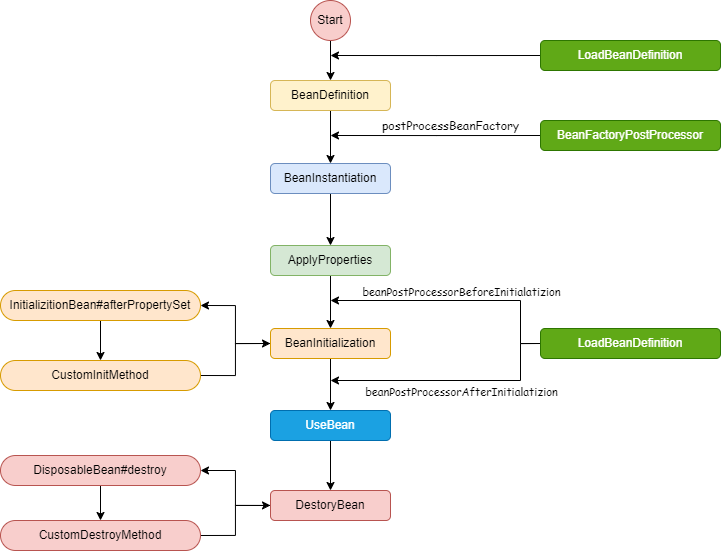
Before: assets/InitAndDestroyBeanMethod.png, a diagram exported from draw.io (jjokerrr/mini-spring). Source tidied: cells renumbered, new cells last; positions are measured from the earlier drawing's top-left corner, leaving out a move shared by most shapes. Its diagram source:
```xml
<mxGraphModel>
  <root>
    <mxCell id="0" />
    <mxCell id="1" parent="0" />
    <mxCell id="2" style="edgeStyle=orthogonalEdgeStyle;rounded=0;jettySize=auto;html=1;exitX=0.5;exitY=1;exitDx=0;exitDy=0;entryX=0.5;entryY=0;entryDx=0;entryDy=0;" parent="1" edge="1" source="3" target="12">
      <mxGeometry relative="1" as="geometry" />
    </mxCell>
    <mxCell id="3" value="Start" style="ellipse;whiteSpace=wrap;html=1;fillColor=#f8cecc;strokeColor=#b85450;" parent="1" vertex="1">
      <mxGeometry x="310" width="40" height="40" as="geometry" />
    </mxCell>
    <mxCell id="4" style="edgeStyle=orthogonalEdgeStyle;rounded=0;jettySize=auto;html=1;exitX=0.5;exitY=1;exitDx=0;exitDy=0;entryX=0.5;entryY=0;entryDx=0;entryDy=0;" parent="1" edge="1" source="5" target="7">
      <mxGeometry relative="1" as="geometry" />
    </mxCell>
    <mxCell id="5" value="BeanInstantiation" style="rounded=1;whiteSpace=wrap;html=1;fillColor=#dae8fc;strokeColor=#6c8ebf;" parent="1" vertex="1">
      <mxGeometry x="270" y="163" width="120" height="30" as="geometry" />
    </mxCell>
    <mxCell id="6" style="edgeStyle=orthogonalEdgeStyle;rounded=0;jettySize=auto;html=1;exitX=0.5;exitY=1;exitDx=0;exitDy=0;entryX=0.5;entryY=0;entryDx=0;entryDy=0;" parent="1" edge="1" source="7" target="10">
      <mxGeometry relative="1" as="geometry" />
    </mxCell>
    <mxCell id="7" value="ApplyProperties" style="rounded=1;whiteSpace=wrap;html=1;fillColor=#d5e8d4;strokeColor=#82b366;" parent="1" vertex="1">
      <mxGeometry x="270" y="245" width="120" height="30" as="geometry" />
    </mxCell>
    <mxCell id="8" style="edgeStyle=orthogonalEdgeStyle;rounded=0;jettySize=auto;html=1;exitX=0.5;exitY=1;exitDx=0;exitDy=0;entryX=0.5;entryY=0;entryDx=0;entryDy=0;" parent="1" edge="1" source="10" target="20">
      <mxGeometry relative="1" as="geometry" />
    </mxCell>
    <mxCell id="9" style="edgeStyle=orthogonalEdgeStyle;rounded=0;jettySize=auto;html=1;exitX=0;exitY=0.5;exitDx=0;exitDy=0;entryX=1;entryY=0.5;entryDx=0;entryDy=0;" parent="1" edge="1" source="10" target="32">
      <mxGeometry relative="1" as="geometry" />
    </mxCell>
    <mxCell id="10" value="BeanInitialization" style="rounded=1;whiteSpace=wrap;html=1;fillColor=#ffe6cc;strokeColor=#d79b00;" parent="1" vertex="1">
      <mxGeometry x="270" y="328" width="120" height="30" as="geometry" />
    </mxCell>
    <mxCell id="11" style="edgeStyle=orthogonalEdgeStyle;rounded=0;jettySize=auto;html=1;exitX=0.5;exitY=1;exitDx=0;exitDy=0;entryX=0.5;entryY=0;entryDx=0;entryDy=0;" parent="1" edge="1" source="12" target="5">
      <mxGeometry relative="1" as="geometry" />
    </mxCell>
    <mxCell id="12" value="BeanDefinition" style="rounded=1;whiteSpace=wrap;html=1;fillColor=#fff2cc;strokeColor=#d6b656;" parent="1" vertex="1">
      <mxGeometry x="270" y="80" width="120" height="30" as="geometry" />
    </mxCell>
    <mxCell id="13" style="edgeStyle=orthogonalEdgeStyle;rounded=0;jettySize=auto;html=1;exitX=0;exitY=0.5;exitDx=0;exitDy=0;" parent="1" edge="1" source="14">
      <mxGeometry relative="1" as="geometry">
        <mxPoint x="330" y="55" as="targetPoint" />
      </mxGeometry>
    </mxCell>
    <mxCell id="14" value="LoadBeanDefinition" style="rounded=1;whiteSpace=wrap;html=1;fillColor=#60a917;strokeColor=#2D7600;fontColor=#ffffff;" parent="1" vertex="1">
      <mxGeometry x="540" y="40" width="180" height="30" as="geometry" />
    </mxCell>
    <mxCell id="15" style="edgeStyle=orthogonalEdgeStyle;rounded=0;jettySize=auto;html=1;exitX=0;exitY=0.5;exitDx=0;exitDy=0;" parent="1" edge="1" source="18">
      <mxGeometry relative="1" as="geometry">
        <mxPoint x="330" y="300" as="targetPoint" />
        <Array as="points">
          <mxPoint x="520" y="343" />
          <mxPoint x="520" y="300" />
        </Array>
      </mxGeometry>
    </mxCell>
    <mxCell id="16" value="beanPostProcessorBeforeInitialatizion" style="edgeLabel;html=1;align=center;verticalAlign=middle;fontFamily=Comic Sans MS;" parent="15" vertex="1">
      <mxGeometry x="0.44" y="-3" relative="1" as="geometry">
        <mxPoint x="59" y="-7" as="offset" />
      </mxGeometry>
    </mxCell>
    <mxCell id="17" style="edgeStyle=orthogonalEdgeStyle;rounded=0;jettySize=auto;html=1;exitX=0;exitY=0.5;exitDx=0;exitDy=0;" parent="1" edge="1" source="18">
      <mxGeometry relative="1" as="geometry">
        <mxPoint x="330" y="380" as="targetPoint" />
        <Array as="points">
          <mxPoint x="520" y="343" />
          <mxPoint x="520" y="380" />
        </Array>
      </mxGeometry>
    </mxCell>
    <mxCell id="18" value="LoadBeanDefinition" style="rounded=1;whiteSpace=wrap;html=1;fillColor=#60a917;strokeColor=#2D7600;fontColor=#ffffff;" parent="1" vertex="1">
      <mxGeometry x="540" y="328" width="180" height="30" as="geometry" />
    </mxCell>
    <mxCell id="19" style="edgeStyle=orthogonalEdgeStyle;rounded=0;jettySize=auto;html=1;exitX=0.5;exitY=1;exitDx=0;exitDy=0;entryX=0.5;entryY=0;entryDx=0;entryDy=0;" parent="1" edge="1" source="20" target="26">
      <mxGeometry relative="1" as="geometry" />
    </mxCell>
    <mxCell id="20" value="UseBean" style="rounded=1;whiteSpace=wrap;html=1;fillColor=#1ba1e2;strokeColor=#006EAF;fontColor=#ffffff;" parent="1" vertex="1">
      <mxGeometry x="270" y="410" width="120" height="30" as="geometry" />
    </mxCell>
    <mxCell id="21" style="edgeStyle=orthogonalEdgeStyle;rounded=0;jettySize=auto;html=1;exitX=0;exitY=0.5;exitDx=0;exitDy=0;" parent="1" edge="1" source="22">
      <mxGeometry relative="1" as="geometry">
        <mxPoint x="330" y="135" as="targetPoint" />
      </mxGeometry>
    </mxCell>
    <mxCell id="22" value="BeanFactoryPostProcessor" style="rounded=1;whiteSpace=wrap;html=1;fillColor=#60a917;strokeColor=#2D7600;fontColor=#ffffff;" parent="1" vertex="1">
      <mxGeometry x="540" y="120" width="180" height="30" as="geometry" />
    </mxCell>
    <mxCell id="23" value="postProcessBeanFactory" style="text;html=1;align=center;verticalAlign=middle;strokeColor=none;fillColor=none;fontFamily=Comic Sans MS;" parent="1" vertex="1">
      <mxGeometry x="370" y="110" width="160" height="30" as="geometry" />
    </mxCell>
    <mxCell id="24" value="beanPostProcessorAfterInitialatizion" style="edgeLabel;html=1;align=center;verticalAlign=middle;fontFamily=Comic Sans MS;" parent="1" vertex="1">
      <mxGeometry x="460" y="390" as="geometry" />
    </mxCell>
    <mxCell id="25" style="edgeStyle=orthogonalEdgeStyle;rounded=0;jettySize=auto;html=1;exitX=0;exitY=0.5;exitDx=0;exitDy=0;entryX=1;entryY=0.5;entryDx=0;entryDy=0;" parent="1" edge="1" source="26" target="28">
      <mxGeometry relative="1" as="geometry" />
    </mxCell>
    <mxCell id="26" value="DestoryBean" style="rounded=1;whiteSpace=wrap;html=1;fillColor=#f8cecc;strokeColor=#b85450;" parent="1" vertex="1">
      <mxGeometry x="270" y="490" width="120" height="30" as="geometry" />
    </mxCell>
    <mxCell id="27" style="edgeStyle=orthogonalEdgeStyle;rounded=0;jettySize=auto;html=1;exitX=0.5;exitY=1;exitDx=0;exitDy=0;entryX=0.5;entryY=0;entryDx=0;entryDy=0;" parent="1" edge="1" source="28" target="34">
      <mxGeometry relative="1" as="geometry" />
    </mxCell>
    <mxCell id="28" value="DisposableBean#destroy" style="rounded=1;whiteSpace=wrap;html=1;fillColor=#f8cecc;strokeColor=#b85450;arcSize=50;" parent="1" vertex="1">
      <mxGeometry y="455" width="200" height="30" as="geometry" />
    </mxCell>
    <mxCell id="29" style="edgeStyle=orthogonalEdgeStyle;rounded=0;jettySize=auto;html=1;exitX=1;exitY=0.5;exitDx=0;exitDy=0;entryX=0;entryY=0.5;entryDx=0;entryDy=0;" parent="1" edge="1" source="30" target="10">
      <mxGeometry relative="1" as="geometry" />
    </mxCell>
    <mxCell id="30" value="CustomInitMethod" style="rounded=1;whiteSpace=wrap;html=1;fillColor=#ffe6cc;strokeColor=#d79b00;arcSize=50;" parent="1" vertex="1">
      <mxGeometry y="360" width="200" height="30" as="geometry" />
    </mxCell>
    <mxCell id="31" style="edgeStyle=orthogonalEdgeStyle;rounded=0;jettySize=auto;html=1;exitX=0.5;exitY=1;exitDx=0;exitDy=0;entryX=0.5;entryY=0;entryDx=0;entryDy=0;" parent="1" edge="1" source="32" target="30">
      <mxGeometry relative="1" as="geometry" />
    </mxCell>
    <mxCell id="32" value="InitializitionBean#afterPropertySet" style="rounded=1;whiteSpace=wrap;html=1;fillColor=#ffe6cc;strokeColor=#d79b00;arcSize=50;" parent="1" vertex="1">
      <mxGeometry y="290" width="200" height="30" as="geometry" />
    </mxCell>
    <mxCell id="33" style="edgeStyle=orthogonalEdgeStyle;rounded=0;jettySize=auto;html=1;exitX=1;exitY=0.5;exitDx=0;exitDy=0;" parent="1" edge="1" source="34" target="26">
      <mxGeometry relative="1" as="geometry" />
    </mxCell>
    <mxCell id="34" value="CustomDestroyMethod" style="rounded=1;whiteSpace=wrap;html=1;fillColor=#f8cecc;strokeColor=#b85450;arcSize=50;" parent="1" vertex="1">
      <mxGeometry y="520" width="200" height="30" as="geometry" />
    </mxCell>
  </root>
</mxGraphModel>
```
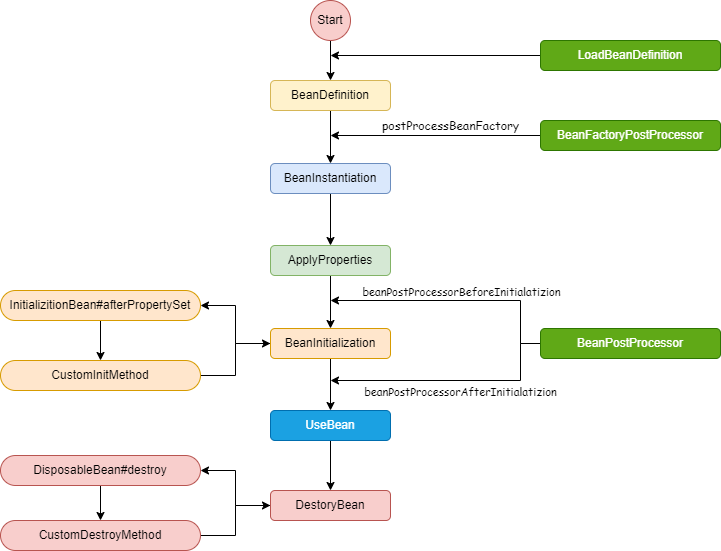
Later version of the same file.

Change to the diagram source:
```diff
@@ -66,7 +66,7 @@
         </Array>
       </mxGeometry>
     </mxCell>
-    <mxCell id="18" value="LoadBeanDefinition" style="rounded=1;whiteSpace=wrap;html=1;fillColor=#60a917;strokeColor=#2D7600;fontColor=#ffffff;" parent="1" vertex="1">
+    <mxCell id="18" value="BeanPostProcessor" style="rounded=1;whiteSpace=wrap;html=1;fillColor=#60a917;strokeColor=#2D7600;fontColor=#ffffff;" parent="1" vertex="1">
       <mxGeometry x="540" y="328" width="180" height="30" as="geometry" />
     </mxCell>
     <mxCell id="19" style="edgeStyle=orthogonalEdgeStyle;rounded=0;jettySize=auto;html=1;exitX=0.5;exitY=1;exitDx=0;exitDy=0;entryX=0.5;entryY=0;entryDx=0;entryDy=0;" parent="1" edge="1" source="20" target="26">
```
